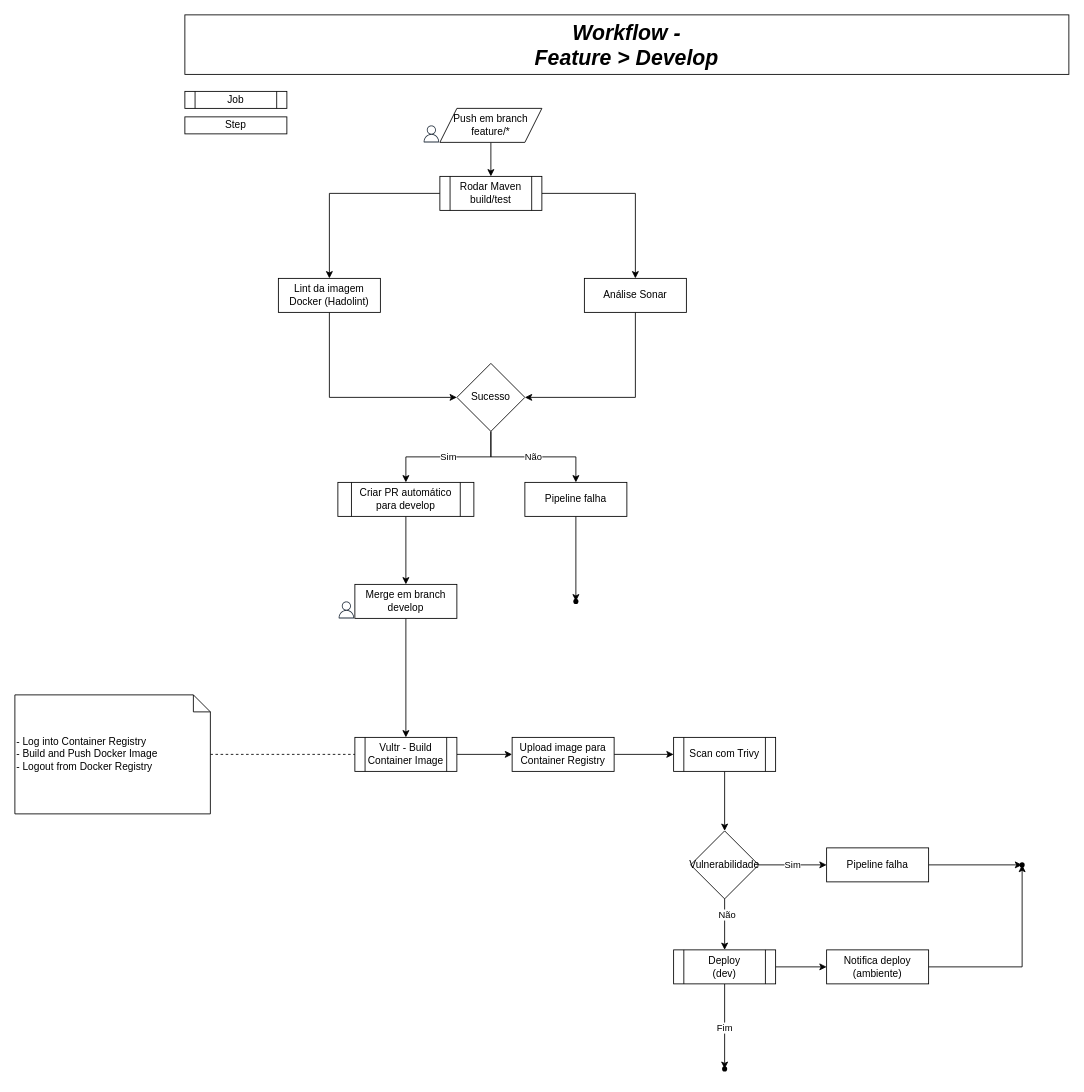
This is page "workflow" (4 of 4) of drawio/arquitetura.drawio from jhegner/kubernetes-labs, a draw.io file, before an edit. Source tidied: cells renumbered, new cells numbered last; positions are measured from the earlier drawing's top-left corner, leaving out a move shared by most shapes. Both pictures are drawn from the tidied source at 85%, with x=0, y=0 at pixel (14, 14).
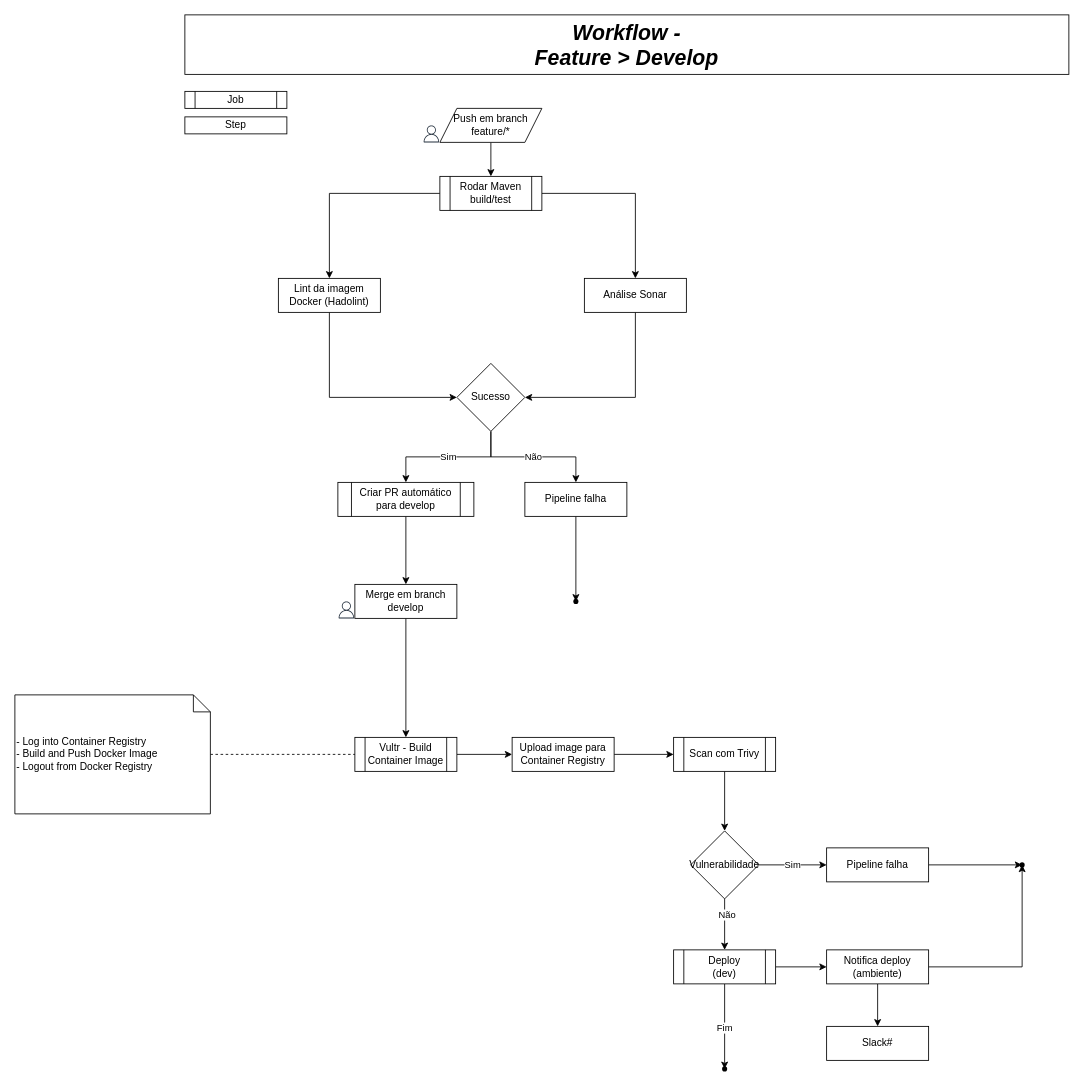
The same page after the edit.

Commit message:
chore: add slack notifications

Unchanged cells that the change refers to:
```xml
<mxCell id="45" value="&lt;span style=&quot;text-wrap-mode: nowrap;&quot;&gt;Notifica deploy &lt;br&gt;(ambiente)&lt;/span&gt;" style="whiteSpace=wrap;html=1;" parent="1" vertex="1">
  <mxGeometry x="955" y="1100" width="120" height="40" as="geometry" />
</mxCell>
```

The edit, as a diff of the source:
```diff
@@
+    <mxCell id="48" style="edgeStyle=orthogonalEdgeStyle;rounded=0;jettySize=auto;html=1;" parent="1" edge="1" source="45" target="49">
+      <mxGeometry relative="1" as="geometry" />
+    </mxCell>
@@
+    <mxCell id="49" value="&lt;span style=&quot;text-wrap-mode: nowrap;&quot;&gt;Slack#&lt;/span&gt;" style="whiteSpace=wrap;html=1;" parent="1" vertex="1">
+      <mxGeometry x="955" y="1190" width="120" height="40" as="geometry" />
+    </mxCell>
```
